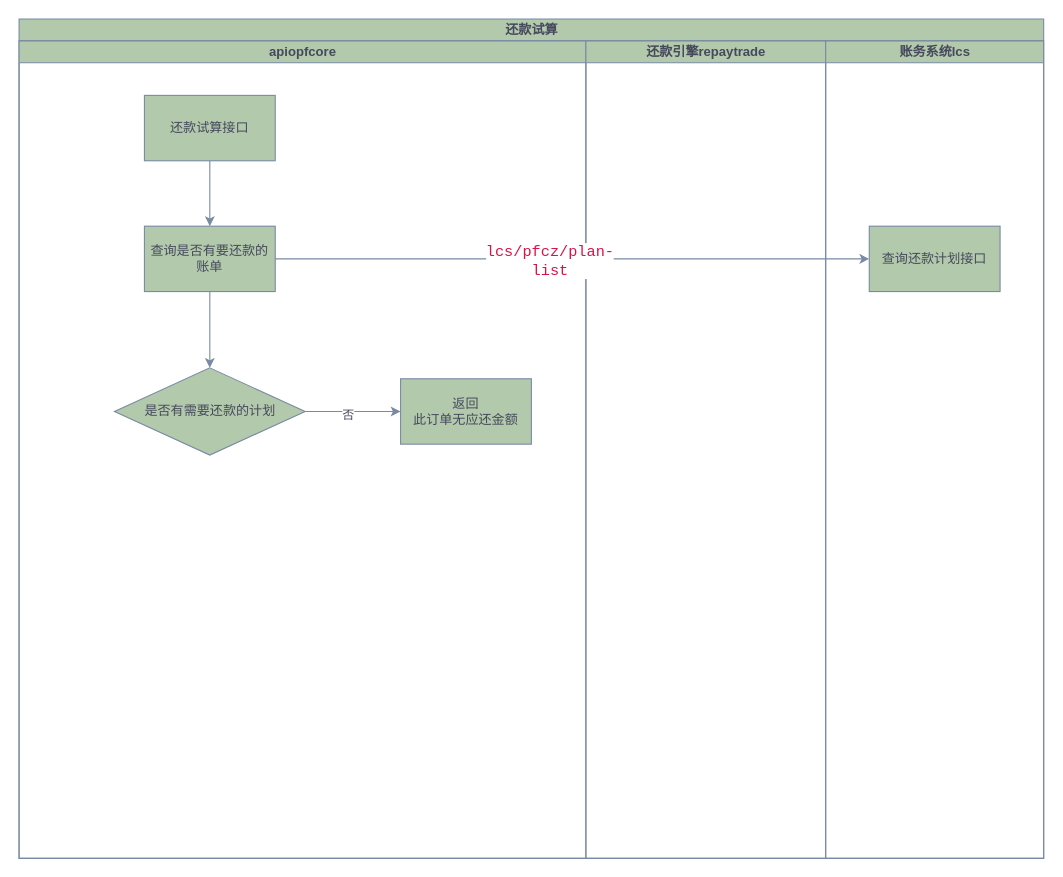
yuanlj-tea/picgo keeps this draw.io diagram as api贷后-还款试算.drawio. Above is the earlier version. Source tidied: cells renumbered, new cells numbered last; positions are measured from the earlier drawing's top-left corner, leaving out a move shared by most shapes. Both pictures are drawn from the tidied source at 109%, with x=0, y=0 at pixel (19, 19).
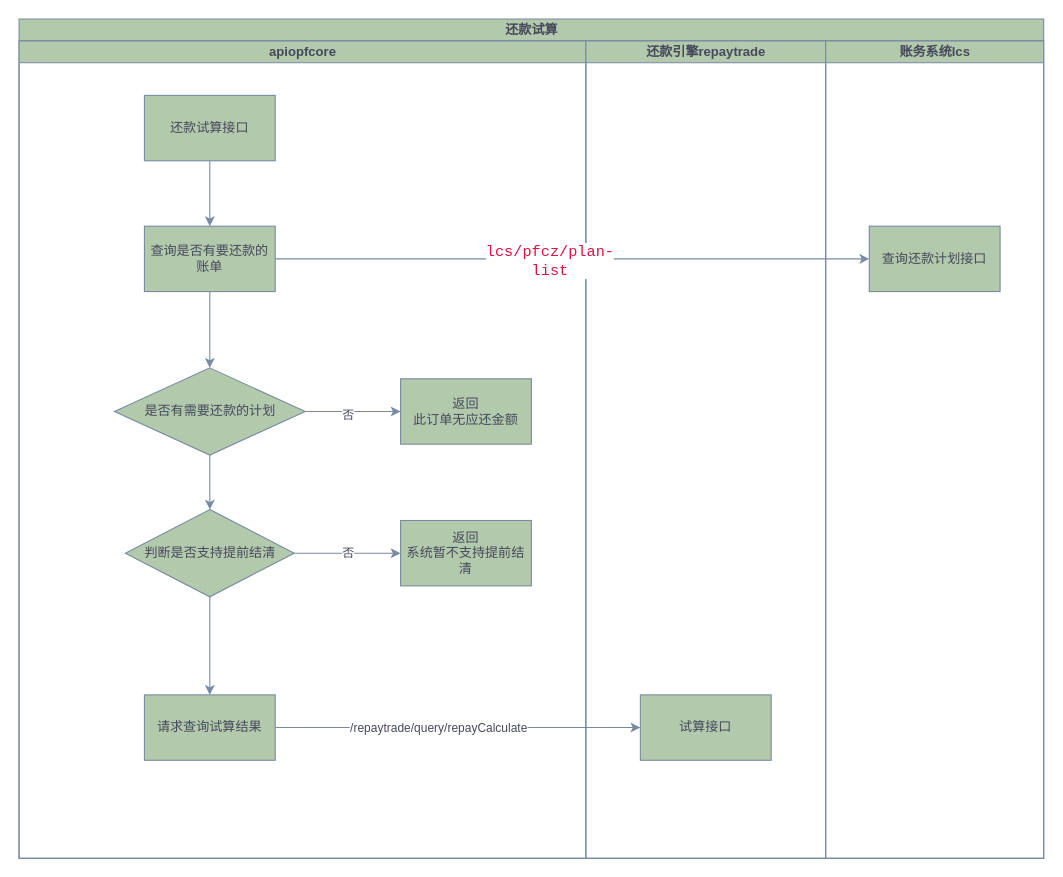
Above is the later version.

Commit message (it also covers changes not shown here):
更新api贷后-还款试算.drawio

The change refers to these unchanged cells:
```xml
<mxCell id="2" value="还款试算" style="swimlane;startSize=20;html=1;labelBackgroundColor=none;fillColor=#B2C9AB;strokeColor=#788AA3;fontColor=#46495D;" parent="1" vertex="1">
  <mxGeometry width="940" height="770" as="geometry" />
</mxCell>
<mxCell id="3" value="apiopfcore" style="swimlane;startSize=20;html=1;labelBackgroundColor=none;fillColor=#B2C9AB;strokeColor=#788AA3;fontColor=#46495D;" parent="2" vertex="1">
  <mxGeometry y="20" width="520" height="750" as="geometry" />
</mxCell>
<mxCell id="10" value="是否有需要还款的计划" style="rhombus;whiteSpace=wrap;html=1;fillColor=#B2C9AB;strokeColor=#788AA3;fontColor=#46495D;rounded=0;labelBackgroundColor=none;" parent="3" vertex="1">
  <mxGeometry x="87.5" y="300" width="175" height="80" as="geometry" />
</mxCell>
<mxCell id="12" value="还款引擎repaytrade" style="swimlane;startSize=20;html=1;labelBackgroundColor=none;fillColor=#B2C9AB;strokeColor=#788AA3;fontColor=#46495D;" parent="2" vertex="1">
  <mxGeometry x="520" y="20" width="220" height="750" as="geometry" />
</mxCell>
```

What changed in the source:
```diff
@@
+    <mxCell id="17" style="edgeStyle=orthogonalEdgeStyle;rounded=0;jettySize=auto;html=1;strokeColor=#788AA3;fontColor=#46495D;fillColor=#B2C9AB;" parent="3" edge="1" source="10" target="20">
+      <mxGeometry relative="1" as="geometry" />
+    </mxCell>
@@
+    <mxCell id="18" value="否" style="edgeStyle=orthogonalEdgeStyle;rounded=0;jettySize=auto;html=1;strokeColor=#788AA3;fontColor=#46495D;fillColor=#B2C9AB;" parent="3" edge="1" source="20" target="21">
+      <mxGeometry relative="1" as="geometry" />
+    </mxCell>
+    <mxCell id="19" style="edgeStyle=orthogonalEdgeStyle;rounded=0;jettySize=auto;html=1;strokeColor=#788AA3;fontColor=#46495D;fillColor=#B2C9AB;" parent="3" edge="1" source="20" target="22">
+      <mxGeometry relative="1" as="geometry" />
+    </mxCell>
+    <mxCell id="20" value="判断是否支持提前结清" style="rhombus;whiteSpace=wrap;html=1;fillColor=#B2C9AB;strokeColor=#788AA3;fontColor=#46495D;rounded=0;labelBackgroundColor=none;" parent="3" vertex="1">
+      <mxGeometry x="97.5" y="430" width="155" height="80" as="geometry" />
+    </mxCell>
+    <mxCell id="21" value="返回&lt;div&gt;系统暂不支持提前结清&lt;/div&gt;" style="whiteSpace=wrap;html=1;fillColor=#B2C9AB;strokeColor=#788AA3;fontColor=#46495D;rounded=0;labelBackgroundColor=none;" parent="3" vertex="1">
+      <mxGeometry x="350" y="440" width="120" height="60" as="geometry" />
+    </mxCell>
+    <mxCell id="22" value="请求查询试算结果" style="whiteSpace=wrap;html=1;fillColor=#B2C9AB;strokeColor=#788AA3;fontColor=#46495D;rounded=0;labelBackgroundColor=none;" parent="3" vertex="1">
+      <mxGeometry x="115" y="600" width="120" height="60" as="geometry" />
+    </mxCell>
@@
+    <mxCell id="23" value="试算接口" style="whiteSpace=wrap;html=1;fillColor=#B2C9AB;strokeColor=#788AA3;fontColor=#46495D;rounded=0;labelBackgroundColor=none;" parent="12" vertex="1">
+      <mxGeometry x="50" y="600" width="120" height="60" as="geometry" />
+    </mxCell>
@@
+    <mxCell id="24" style="edgeStyle=orthogonalEdgeStyle;rounded=0;jettySize=auto;html=1;entryX=0;entryY=0.5;entryDx=0;entryDy=0;strokeColor=#788AA3;fontColor=#46495D;fillColor=#B2C9AB;" parent="2" edge="1" source="22" target="23">
+      <mxGeometry relative="1" as="geometry" />
+    </mxCell>
+    <mxCell id="25" value="/repaytrade/query/repayCalculate" style="edgeLabel;html=1;align=center;verticalAlign=middle;strokeColor=#788AA3;fontColor=#46495D;fillColor=#B2C9AB;" parent="24" vertex="1">
+      <mxGeometry x="-0.11" relative="1" as="geometry" />
+    </mxCell>
```
